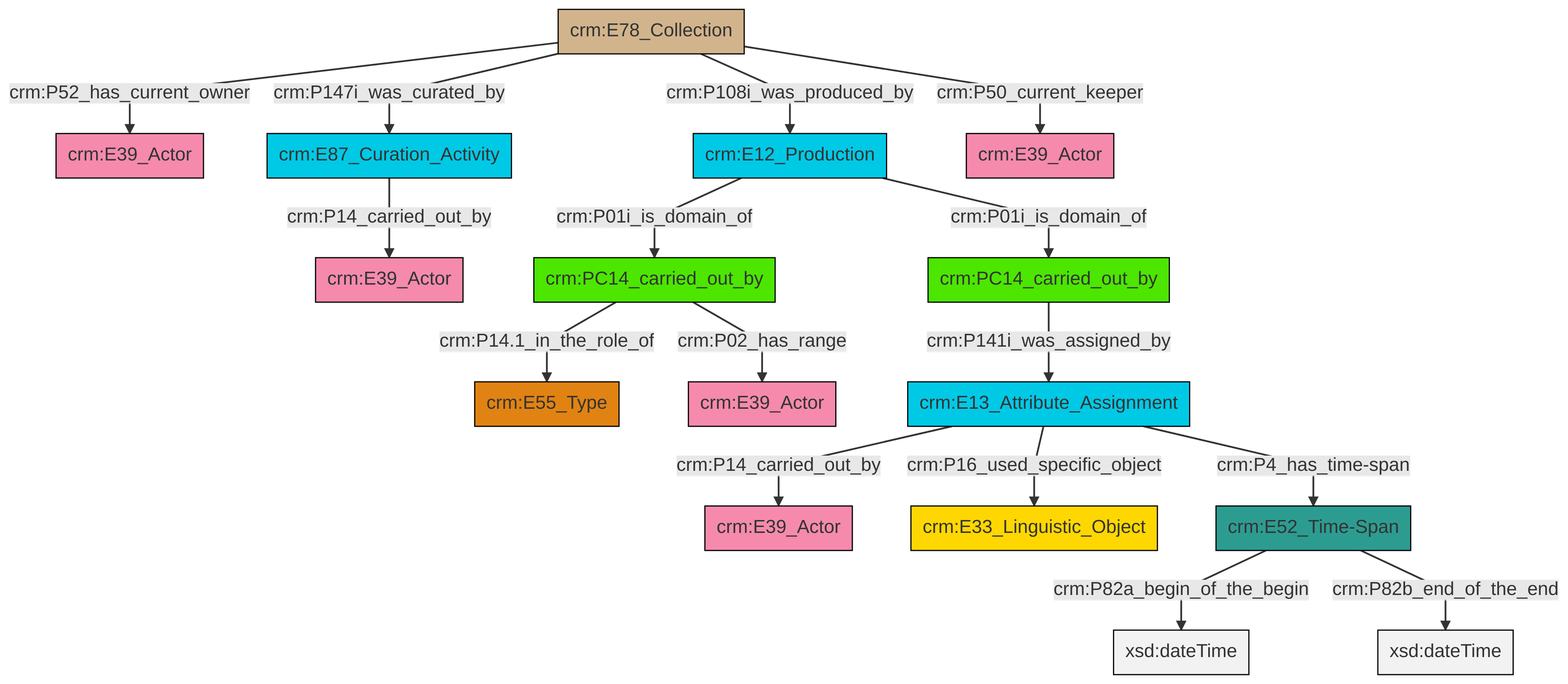
Earlier version of the Mermaid export et/archivalCSV/ttl/mmd/png/archival_relation.png (swiss-art-research-net/docs.swissartresearch). Its source is kept beside it as et/archivalCSV/ttl/mmd/archival_relation.ttl.mmd.
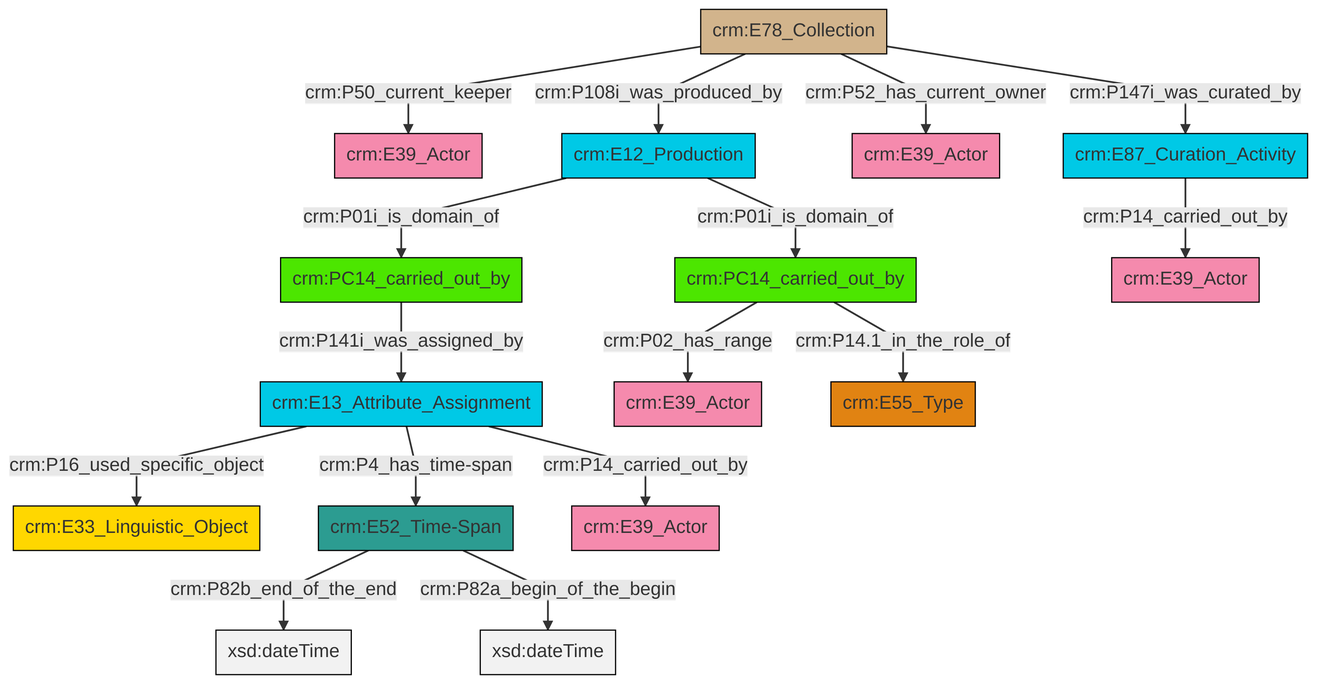
After the commit.

Diff of the diagram source:
```diff
@@ -13,18 +13,18 @@
 classDef PC_Classes fill:#4ce600, stroke:#000000;
 classDef Multi fill:#cccccc,stroke:#000000;
 
-0["crm:E13_Attribute_Assignment"]:::Temporal_Entity -->|crm:P14_carried_out_by| 1["crm:E39_Actor"]:::Actor
-2["crm:E12_Production"]:::Temporal_Entity -->|crm:P01i_is_domain_of| 3["crm:PC14_carried_out_by"]:::PC_Classes
-7["crm:E78_Collection"]:::Physical_Thing -->|crm:P52_has_current_owner| 8["crm:E39_Actor"]:::Actor
-7["crm:E78_Collection"]:::Physical_Thing -->|crm:P147i_was_curated_by| 14["crm:E87_Curation_Activity"]:::Temporal_Entity
-7["crm:E78_Collection"]:::Physical_Thing -->|crm:P108i_was_produced_by| 2["crm:E12_Production"]:::Temporal_Entity
-3["crm:PC14_carried_out_by"]:::PC_Classes -->|crm:P14.1_in_the_role_of| 12["crm:E55_Type"]:::Type
-0["crm:E13_Attribute_Assignment"]:::Temporal_Entity -->|crm:P16_used_specific_object| 17["crm:E33_Linguistic_Object"]:::Conceptual_Object
-2["crm:E12_Production"]:::Temporal_Entity -->|crm:P01i_is_domain_of| 19["crm:PC14_carried_out_by"]:::PC_Classes
-14["crm:E87_Curation_Activity"]:::Temporal_Entity -->|crm:P14_carried_out_by| 15["crm:E39_Actor"]:::Actor
-3["crm:PC14_carried_out_by"]:::PC_Classes -->|crm:P02_has_range| 10["crm:E39_Actor"]:::Actor
-0["crm:E13_Attribute_Assignment"]:::Temporal_Entity -->|crm:P4_has_time-span| 5["crm:E52_Time-Span"]:::Time-Span
-5["crm:E52_Time-Span"]:::Time-Span -->|crm:P82a_begin_of_the_begin| 26[xsd:dateTime]:::Literal
-7["crm:E78_Collection"]:::Physical_Thing -->|crm:P50_current_keeper| 27["crm:E39_Actor"]:::Actor
-5["crm:E52_Time-Span"]:::Time-Span -->|crm:P82b_end_of_the_end| 29[xsd:dateTime]:::Literal
-19["crm:PC14_carried_out_by"]:::PC_Classes -->|crm:P141i_was_assigned_by| 0["crm:E13_Attribute_Assignment"]:::Temporal_Entity
+0["crm:PC14_carried_out_by"]:::PC_Classes -->|crm:P141i_was_assigned_by| 1["crm:E13_Attribute_Assignment"]:::Temporal_Entity
+8["crm:E78_Collection"]:::Physical_Thing -->|crm:P50_current_keeper| 4["crm:E39_Actor"]:::Actor
+6["crm:E52_Time-Span"]:::Time-Span -->|crm:P82b_end_of_the_end| 16[xsd:dateTime]:::Literal
+22["crm:E12_Production"]:::Temporal_Entity -->|crm:P01i_is_domain_of| 13["crm:PC14_carried_out_by"]:::PC_Classes
+8["crm:E78_Collection"]:::Physical_Thing -->|crm:P108i_was_produced_by| 22["crm:E12_Production"]:::Temporal_Entity
+6["crm:E52_Time-Span"]:::Time-Span -->|crm:P82a_begin_of_the_begin| 23[xsd:dateTime]:::Literal
+22["crm:E12_Production"]:::Temporal_Entity -->|crm:P01i_is_domain_of| 0["crm:PC14_carried_out_by"]:::PC_Classes
+11["crm:E87_Curation_Activity"]:::Temporal_Entity -->|crm:P14_carried_out_by| 27["crm:E39_Actor"]:::Actor
+8["crm:E78_Collection"]:::Physical_Thing -->|crm:P147i_was_curated_by| 11["crm:E87_Curation_Activity"]:::Temporal_Entity
+1["crm:E13_Attribute_Assignment"]:::Temporal_Entity -->|crm:P16_used_specific_object| 2["crm:E33_Linguistic_Object"]:::Conceptual_Object
+1["crm:E13_Attribute_Assignment"]:::Temporal_Entity -->|crm:P14_carried_out_by| 25["crm:E39_Actor"]:::Actor
+8["crm:E78_Collection"]:::Physical_Thing -->|crm:P52_has_current_owner| 20["crm:E39_Actor"]:::Actor
+1["crm:E13_Attribute_Assignment"]:::Temporal_Entity -->|crm:P4_has_time-span| 6["crm:E52_Time-Span"]:::Time-Span
+13["crm:PC14_carried_out_by"]:::PC_Classes -->|crm:P02_has_range| 9["crm:E39_Actor"]:::Actor
+13["crm:PC14_carried_out_by"]:::PC_Classes -->|crm:P14.1_in_the_role_of| 17["crm:E55_Type"]:::Type
```
